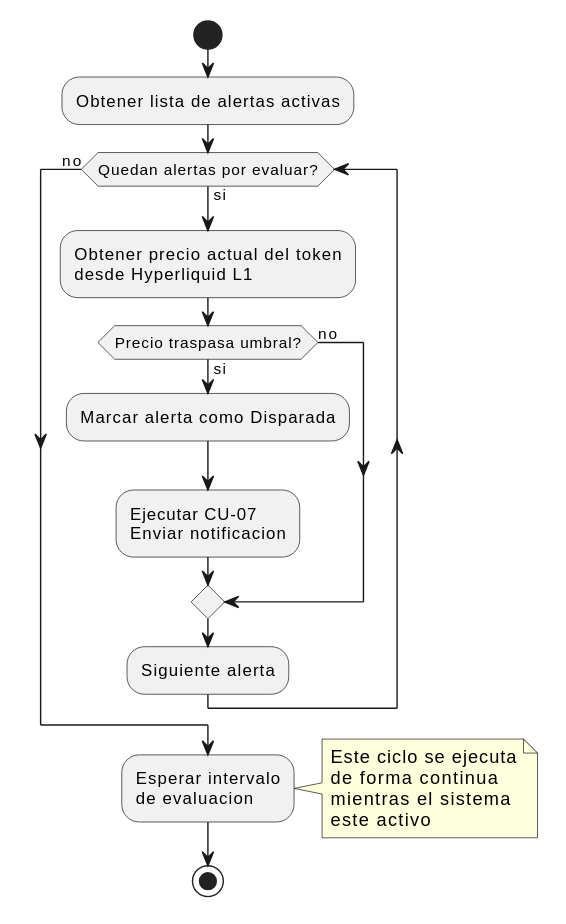
Earlier version of the PlantUML export imagenes/capitulo2/CU06-actividad.svg (nekiiiiis/tfg). Source of this version:
```plantuml
@startuml
start

:Obtener lista de alertas activas;

while (Quedan alertas por evaluar?) is (si)
  :Obtener precio actual del token
  desde Hyperliquid L1;

  if (Precio traspasa umbral?) then (si)
    :Marcar alerta como Disparada;
    :Ejecutar CU-07
    Enviar notificacion;
  else (no)
  endif

  :Siguiente alerta;
endwhile (no)

:Esperar intervalo
de evaluacion;

note right
  Este ciclo se ejecuta
  de forma continua
  mientras el sistema
  este activo
end note

stop
@enduml
```
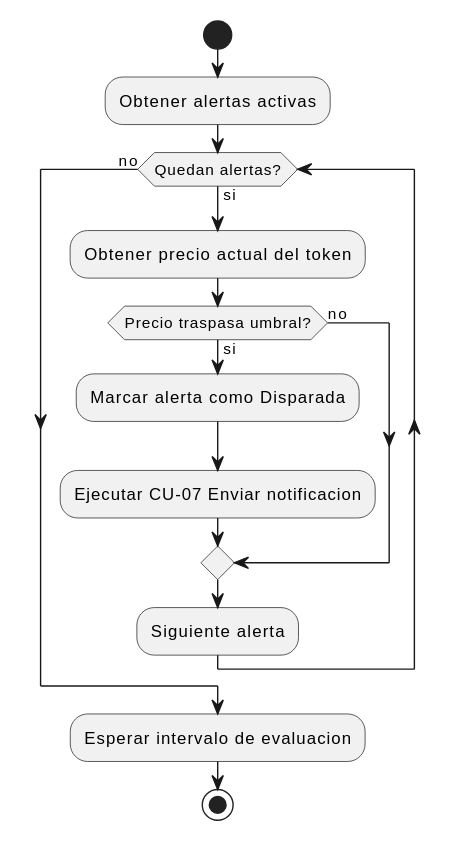
After the change.

Diff of the diagram source:
```diff
@@ -1,31 +1,21 @@
 @startuml
 start
 
-:Obtener lista de alertas activas;
+:Obtener alertas activas;
 
-while (Quedan alertas por evaluar?) is (si)
-  :Obtener precio actual del token
-  desde Hyperliquid L1;
+while (Quedan alertas?) is (si)
+  :Obtener precio actual del token;
 
   if (Precio traspasa umbral?) then (si)
     :Marcar alerta como Disparada;
-    :Ejecutar CU-07
-    Enviar notificacion;
+    :Ejecutar CU-07 Enviar notificacion;
   else (no)
   endif
 
   :Siguiente alerta;
 endwhile (no)
 
-:Esperar intervalo
-de evaluacion;
-
-note right
-  Este ciclo se ejecuta
-  de forma continua
-  mientras el sistema
-  este activo
-end note
+:Esperar intervalo de evaluacion;
 
 stop
 @enduml
```
